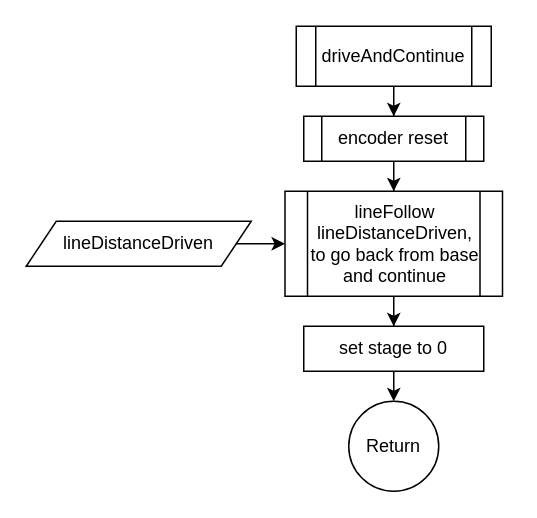
Before: Draw/driveAndContinue.drawio in jens1906/P1-project-1.-semester, a draw.io diagram. Source tidied: cells renumbered, new cells numbered last; positions are measured from the earlier drawing's top-left corner, leaving out a move shared by most shapes. Both pictures are drawn from the tidied source at 150%, with x=0, y=0 at pixel (26, 26).
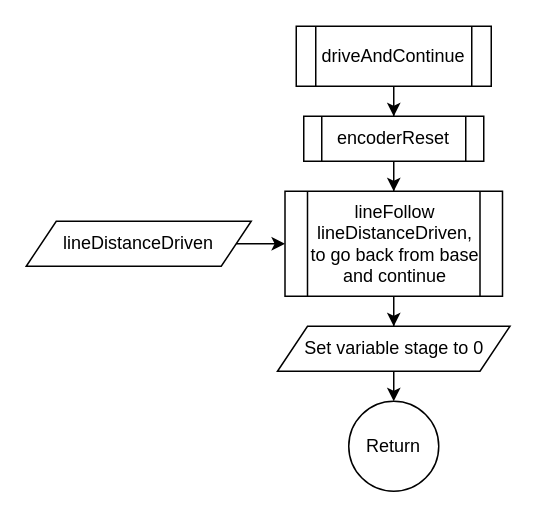
The same diagram, later.

What changed in the source:
```diff
@@
 <mxGraphModel>
   <root>
     <mxCell id="0" />
     <mxCell id="1" parent="0" />
     <mxCell id="2" style="edgeStyle=orthogonalEdgeStyle;rounded=0;jettySize=auto;html=1;entryX=0.5;entryY=0;entryDx=0;entryDy=0;" parent="1" edge="1" source="3" target="5">
       <mxGeometry relative="1" as="geometry" />
     </mxCell>
     <mxCell id="3" value="driveAndContinue" style="shape=process;whiteSpace=wrap;html=1;backgroundOutline=1;" parent="1" vertex="1">
       <mxGeometry x="180" width="130" height="40" as="geometry" />
     </mxCell>
     <mxCell id="4" style="edgeStyle=orthogonalEdgeStyle;rounded=0;jettySize=auto;html=1;" parent="1" edge="1" source="5" target="7">
       <mxGeometry relative="1" as="geometry" />
     </mxCell>
-    <mxCell id="5" value="encoder reset" style="shape=process;whiteSpace=wrap;html=1;backgroundOutline=1;" parent="1" vertex="1">
+    <mxCell id="5" value="encoderReset" style="shape=process;whiteSpace=wrap;html=1;backgroundOutline=1;" parent="1" vertex="1">
       <mxGeometry x="185" y="60" width="120" height="30" as="geometry" />
     </mxCell>
     <mxCell id="6" style="edgeStyle=orthogonalEdgeStyle;rounded=0;jettySize=auto;html=1;" parent="1" edge="1" source="7" target="11">
       <mxGeometry relative="1" as="geometry" />
     </mxCell>
     <mxCell id="7" value="lineFollow lineDistanceDriven, to go back from base and continue" style="shape=process;whiteSpace=wrap;html=1;backgroundOutline=1;" parent="1" vertex="1">
       <mxGeometry x="172.5" y="110" width="145" height="70" as="geometry" />
     </mxCell>
     <mxCell id="8" style="edgeStyle=orthogonalEdgeStyle;rounded=0;jettySize=auto;html=1;exitX=1;exitY=0.5;exitDx=0;exitDy=0;entryX=0;entryY=0.5;entryDx=0;entryDy=0;" parent="1" edge="1" source="9" target="7">
       <mxGeometry relative="1" as="geometry" />
     </mxCell>
     <mxCell id="9" value="lineDistanceDriven" style="shape=parallelogram;perimeter=parallelogramPerimeter;whiteSpace=wrap;html=1;fixedSize=1;" parent="1" vertex="1">
       <mxGeometry y="130" width="150" height="30" as="geometry" />
     </mxCell>
     <mxCell id="10" style="edgeStyle=orthogonalEdgeStyle;rounded=0;jettySize=auto;html=1;exitX=0.5;exitY=1;exitDx=0;exitDy=0;entryX=0.5;entryY=0;entryDx=0;entryDy=0;" parent="1" edge="1" source="11" target="12">
       <mxGeometry relative="1" as="geometry" />
     </mxCell>
-    <mxCell id="11" value="set stage to 0" style="whiteSpace=wrap;html=1;" parent="1" vertex="1">
-      <mxGeometry x="185" y="200" width="120" height="30" as="geometry" />
+    <mxCell id="11" value="Set variable stage to 0" style="shape=parallelogram;perimeter=parallelogramPerimeter;whiteSpace=wrap;html=1;fixedSize=1;" parent="1" vertex="1">
+      <mxGeometry x="167.5" y="200" width="155" height="30" as="geometry" />
     </mxCell>
     <mxCell id="12" value="Return" style="ellipse;whiteSpace=wrap;html=1;" parent="1" vertex="1">
       <mxGeometry x="215" y="250" width="60" height="60" as="geometry" />
     </mxCell>
   </root>
 </mxGraphModel>
```
